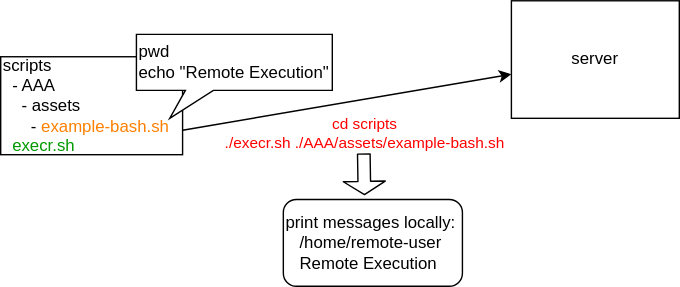
This is docs/assets/scripts/execr.svg from saidake/simi-sandbox, a draw.io export, as it was before one commit. Source tidied: cells renumbered, new cells last; positions are measured from the earlier drawing's top-left corner, leaving out a move shared by most shapes. Its diagram source:
```xml
<mxGraphModel background="#ffffff">
  <root>
    <mxCell id="0" />
    <mxCell id="1" parent="0" />
    <mxCell id="2" value="scripts&lt;div&gt;&amp;nbsp; - AAA&lt;/div&gt;&lt;div&gt;&amp;nbsp; &amp;nbsp; - assets&lt;div&gt;&amp;nbsp; &amp;nbsp; &amp;nbsp; - &lt;font style=&quot;color: rgb(255, 128, 0);&quot;&gt;example-bash.sh&lt;/font&gt;&lt;/div&gt;&lt;/div&gt;&lt;div&gt;&amp;nbsp; &lt;font style=&quot;color: rgb(0, 153, 0);&quot;&gt;execr.sh&lt;/font&gt;&lt;/div&gt;" style="rounded=0;whiteSpace=wrap;html=1;align=left;" parent="1" vertex="1">
      <mxGeometry y="40" width="130" height="70" as="geometry" />
    </mxCell>
    <mxCell id="3" value="&lt;div&gt;pwd&lt;/div&gt;echo &quot;Remote Execution&quot;" style="shape=callout;whiteSpace=wrap;html=1;perimeter=calloutPerimeter;position2=0.17;size=20;position=0.25;align=left;" parent="1" vertex="1">
      <mxGeometry x="97" y="24" width="140" height="60" as="geometry" />
    </mxCell>
    <mxCell id="4" style="endArrow=classic;html=1;exitX=1;exitY=0.75;exitDx=0;exitDy=0;entryX=0;entryY=0;entryDx=0;entryDy=82.5;entryPerimeter=0;" parent="1" edge="1" source="2">
      <mxGeometry relative="1" as="geometry">
        <mxPoint x="365" y="52.5" as="targetPoint" />
      </mxGeometry>
    </mxCell>
    <mxCell id="5" value="&lt;span&gt;&lt;font style=&quot;color: rgb(255, 0, 0);&quot;&gt;cd scripts&lt;/font&gt;&lt;/span&gt;&lt;div&gt;&lt;span&gt;&lt;font style=&quot;color: rgb(255, 0, 0);&quot;&gt;./execr.sh ./AAA/assets/example-bash.sh&lt;/font&gt;&lt;/span&gt;&lt;/div&gt;" style="edgeLabel;html=1;align=center;verticalAlign=middle;labelBackgroundColor=none;" parent="4" vertex="1">
      <mxGeometry x="-0.14" y="2" relative="1" as="geometry">
        <mxPoint x="29" y="21" as="offset" />
      </mxGeometry>
    </mxCell>
    <mxCell id="6" value="&lt;div&gt;&lt;font style=&quot;color: rgb(0, 0, 0);&quot;&gt;print messages locally:&amp;nbsp;&lt;/font&gt;&lt;/div&gt;&lt;div&gt;&lt;font style=&quot;color: rgb(0, 0, 0);&quot;&gt;&amp;nbsp; &amp;nbsp;/home/remote-user&lt;/font&gt;&lt;/div&gt;&lt;div&gt;&lt;font style=&quot;color: rgb(0, 0, 0);&quot;&gt;&amp;nbsp; &amp;nbsp;Remote Execution&lt;/font&gt;&lt;/div&gt;" style="rounded=1;whiteSpace=wrap;html=1;align=left;" parent="1" vertex="1">
      <mxGeometry x="202" y="142" width="128" height="62" as="geometry" />
    </mxCell>
    <mxCell id="7" style="shape=flexArrow;endArrow=classic;html=1;width=9;endSize=2.8;" parent="1" edge="1">
      <mxGeometry relative="1" as="geometry">
        <mxPoint x="259.5" y="109" as="sourcePoint" />
        <mxPoint x="260" y="139" as="targetPoint" />
      </mxGeometry>
    </mxCell>
    <mxCell id="8" value="server" style="rounded=0;whiteSpace=wrap;html=1;" parent="1" vertex="1">
      <mxGeometry x="365" width="120" height="84" as="geometry" />
    </mxCell>
  </root>
</mxGraphModel>
```
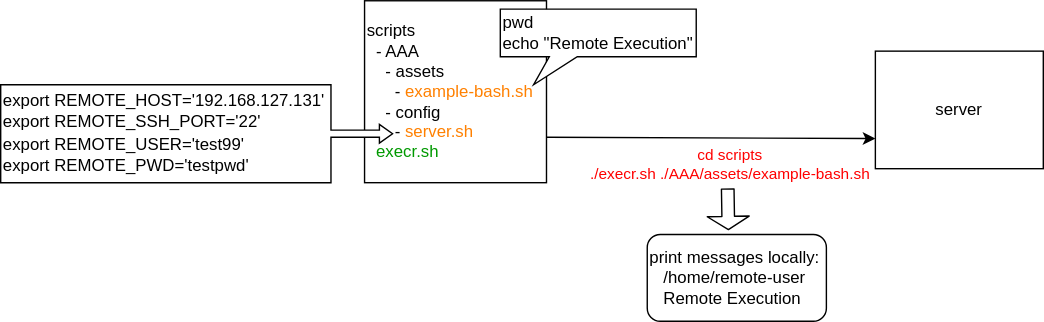
After the change.

Commit message:
[scripts] fix: Avoid overwriting remote directory

The edit, as a diff of the source:
```diff
@@ -2,11 +2,11 @@
   <root>
     <mxCell id="0" />
     <mxCell id="1" parent="0" />
-    <mxCell id="2" value="scripts&lt;div&gt;&amp;nbsp; - AAA&lt;/div&gt;&lt;div&gt;&amp;nbsp; &amp;nbsp; - assets&lt;div&gt;&amp;nbsp; &amp;nbsp; &amp;nbsp; - &lt;font style=&quot;color: rgb(255, 128, 0);&quot;&gt;example-bash.sh&lt;/font&gt;&lt;/div&gt;&lt;/div&gt;&lt;div&gt;&amp;nbsp; &lt;font style=&quot;color: rgb(0, 153, 0);&quot;&gt;execr.sh&lt;/font&gt;&lt;/div&gt;" style="rounded=0;whiteSpace=wrap;html=1;align=left;" parent="1" vertex="1">
-      <mxGeometry y="40" width="130" height="70" as="geometry" />
+    <mxCell id="2" value="scripts&lt;div&gt;&amp;nbsp; - AAA&lt;/div&gt;&lt;div&gt;&amp;nbsp; &amp;nbsp; - assets&lt;div&gt;&amp;nbsp; &amp;nbsp; &amp;nbsp; - &lt;font style=&quot;color: rgb(255, 128, 0);&quot;&gt;example-bash.sh&lt;/font&gt;&lt;/div&gt;&lt;/div&gt;&lt;div&gt;&amp;nbsp; &amp;nbsp; - config&lt;/div&gt;&lt;div&gt;&amp;nbsp; &amp;nbsp; &amp;nbsp; - &lt;font style=&quot;color: rgb(255, 128, 0);&quot;&gt;server.sh&lt;/font&gt;&lt;/div&gt;&lt;div&gt;&amp;nbsp; &lt;font style=&quot;color: rgb(0, 153, 0);&quot;&gt;execr.sh&lt;/font&gt;&lt;/div&gt;" style="rounded=0;whiteSpace=wrap;html=1;align=left;" parent="1" vertex="1">
+      <mxGeometry y="-46" width="130" height="130" as="geometry" />
     </mxCell>
     <mxCell id="3" value="&lt;div&gt;pwd&lt;/div&gt;echo &quot;Remote Execution&quot;" style="shape=callout;whiteSpace=wrap;html=1;perimeter=calloutPerimeter;position2=0.17;size=20;position=0.25;align=left;" parent="1" vertex="1">
-      <mxGeometry x="97" y="24" width="140" height="60" as="geometry" />
+      <mxGeometry x="97" y="-40" width="140" height="54" as="geometry" />
     </mxCell>
     <mxCell id="4" style="endArrow=classic;html=1;exitX=1;exitY=0.75;exitDx=0;exitDy=0;entryX=0;entryY=0;entryDx=0;entryDy=82.5;entryPerimeter=0;" parent="1" edge="1" source="2">
       <mxGeometry relative="1" as="geometry">
@@ -19,16 +19,19 @@
       </mxGeometry>
     </mxCell>
     <mxCell id="6" value="&lt;div&gt;&lt;font style=&quot;color: rgb(0, 0, 0);&quot;&gt;print messages locally:&amp;nbsp;&lt;/font&gt;&lt;/div&gt;&lt;div&gt;&lt;font style=&quot;color: rgb(0, 0, 0);&quot;&gt;&amp;nbsp; &amp;nbsp;/home/remote-user&lt;/font&gt;&lt;/div&gt;&lt;div&gt;&lt;font style=&quot;color: rgb(0, 0, 0);&quot;&gt;&amp;nbsp; &amp;nbsp;Remote Execution&lt;/font&gt;&lt;/div&gt;" style="rounded=1;whiteSpace=wrap;html=1;align=left;" parent="1" vertex="1">
-      <mxGeometry x="202" y="142" width="128" height="62" as="geometry" />
+      <mxGeometry x="202" y="121" width="128" height="62" as="geometry" />
     </mxCell>
     <mxCell id="7" style="shape=flexArrow;endArrow=classic;html=1;width=9;endSize=2.8;" parent="1" edge="1">
       <mxGeometry relative="1" as="geometry">
-        <mxPoint x="259.5" y="109" as="sourcePoint" />
-        <mxPoint x="260" y="139" as="targetPoint" />
+        <mxPoint x="259.5" y="88" as="sourcePoint" />
+        <mxPoint x="260" y="118" as="targetPoint" />
       </mxGeometry>
     </mxCell>
     <mxCell id="8" value="server" style="rounded=0;whiteSpace=wrap;html=1;" parent="1" vertex="1">
-      <mxGeometry x="365" width="120" height="84" as="geometry" />
+      <mxGeometry x="365" y="-10" width="120" height="84" as="geometry" />
     </mxCell>
+    <mxCell id="9" value="&lt;pre style=&quot;color: rgb(63, 63, 63);&quot;&gt;&lt;font style=&quot;color: rgb(0, 0, 0);&quot; face=&quot;Helvetica&quot;&gt;export REMOTE_HOST='192.168.127.131'&lt;br&gt;export REMOTE_SSH_PORT='22'&lt;br&gt;export REMOTE_USER='test99'&lt;br&gt;export REMOTE_PWD='testpwd'&lt;/font&gt;&lt;/pre&gt;" style="html=1;shadow=0;dashed=0;align=left;verticalAlign=middle;shape=mxgraph.arrows2.calloutArrow;dy=2.57;dx=9.39;notch=236;arrowHead=4.1;" parent="1" vertex="1">
+      <mxGeometry x="-260" y="14" width="280" height="70" as="geometry" />
+    </mxCell>
   </root>
 </mxGraphModel>
```
